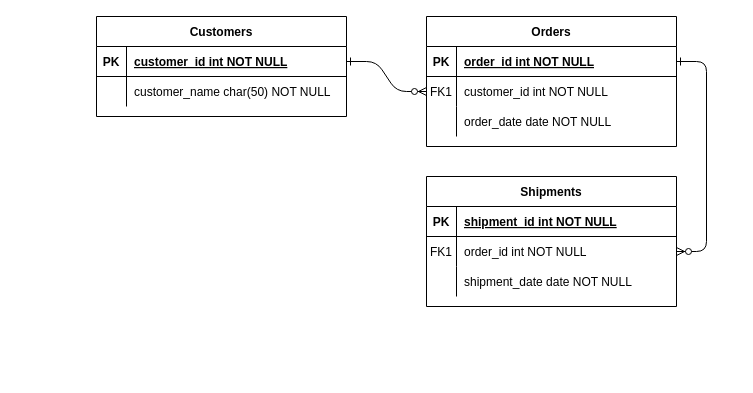
Above: Диаграмма без названия.drawio in Ajulay/diagramPD (draw.io), before the change. Source tidied: cells renumbered, new cells numbered last; positions are measured from the earlier drawing's top-left corner, leaving out a move shared by most shapes. Both pictures are drawn from the tidied source at 100%, with x=0, y=0 at pixel (96, 16).
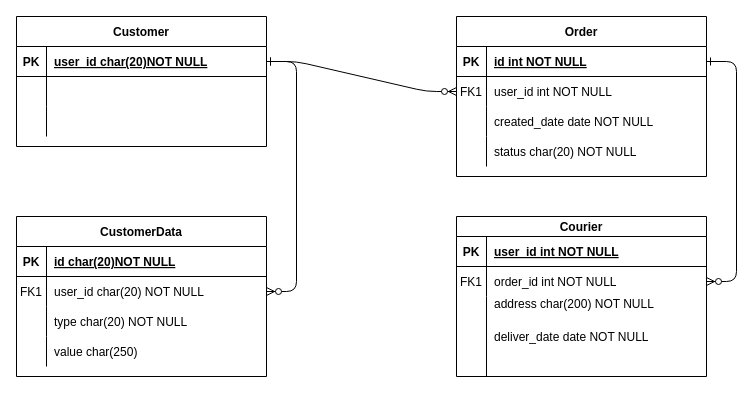
Above is the later version.

Unchanged cells that the change refers to:
```xml
<mxCell id="5" style="shape=partialRectangle;fillColor=none;points=[[0,0.5],[1,0.5]];portConstraint=eastwest;top=0;left=0;right=0;bottom=1;" parent="4" vertex="1">
  <mxGeometry y="30" width="250" height="30" as="geometry" />
</mxCell>
<mxCell id="8" style="shape=partialRectangle;fillColor=none;points=[[0,0.5],[1,0.5]];portConstraint=eastwest;top=0;left=0;right=0;bottom=0;" parent="4" vertex="1">
  <mxGeometry y="60" width="250" height="30" as="geometry" />
</mxCell>
<mxCell id="11" style="shape=partialRectangle;fillColor=none;top=0;left=0;right=0;bottom=0;" parent="4" vertex="1">
  <mxGeometry y="90" width="250" height="30" as="geometry" />
</mxCell>
```

Change to the diagram source:
```diff
@@
-    <mxCell id="4" value="Orders" style="shape=table;startSize=30;childLayout=tableLayout;rowLines=0;fontStyle=1;align=center;" parent="1" vertex="1">
-      <mxGeometry x="330" width="250" height="130" as="geometry" />
+    <mxCell id="4" value="Order" style="shape=table;startSize=30;childLayout=tableLayout;rowLines=0;fontStyle=1;align=center;" parent="1" vertex="1">
+      <mxGeometry x="360" width="250" height="160" as="geometry" />
     </mxCell>
@@
-    <mxCell id="7" value="order_id int NOT NULL " style="shape=partialRectangle;overflow=hidden;fillColor=none;top=0;left=0;bottom=0;right=0;align=left;spacingLeft=6;fontStyle=5;" parent="5" vertex="1">
+    <mxCell id="7" value="id int NOT NULL " style="shape=partialRectangle;overflow=hidden;fillColor=none;top=0;left=0;bottom=0;right=0;align=left;spacingLeft=6;fontStyle=5;" parent="5" vertex="1">
       <mxGeometry x="30" width="220" height="30" as="geometry" />
     </mxCell>
@@
-    <mxCell id="10" value="customer_id int NOT NULL" style="shape=partialRectangle;overflow=hidden;fillColor=none;top=0;left=0;bottom=0;right=0;align=left;spacingLeft=6;" parent="8" vertex="1">
+    <mxCell id="10" value="user_id int NOT NULL" style="shape=partialRectangle;overflow=hidden;fillColor=none;top=0;left=0;bottom=0;right=0;align=left;spacingLeft=6;" parent="8" vertex="1">
       <mxGeometry x="30" width="220" height="30" as="geometry" />
     </mxCell>
@@
-    <mxCell id="13" value="order_date date NOT NULL" style="shape=partialRectangle;overflow=hidden;fillColor=none;top=0;left=0;bottom=0;right=0;align=left;spacingLeft=6;" parent="11" vertex="1">
+    <mxCell id="13" value="created_date date NOT NULL" style="shape=partialRectangle;overflow=hidden;fillColor=none;top=0;left=0;bottom=0;right=0;align=left;spacingLeft=6;" parent="11" vertex="1">
       <mxGeometry x="30" width="220" height="30" as="geometry" />
     </mxCell>
+    <mxCell id="31" style="shape=partialRectangle;fillColor=none;top=0;left=0;right=0;bottom=0;" parent="4" vertex="1">
+      <mxGeometry y="120" width="250" height="30" as="geometry" />
+    </mxCell>
+    <mxCell id="32" style="shape=partialRectangle;overflow=hidden;fillColor=none;top=0;left=0;bottom=0;right=0;" parent="31" vertex="1">
+      <mxGeometry width="30" height="30" as="geometry" />
+    </mxCell>
+    <mxCell id="33" value="status char(20) NOT NULL" style="shape=partialRectangle;overflow=hidden;fillColor=none;top=0;left=0;bottom=0;right=0;align=left;spacingLeft=6;" parent="31" vertex="1">
+      <mxGeometry x="30" width="220" height="30" as="geometry" />
+    </mxCell>
+    <mxCell id="24" value="Customer" style="shape=table;startSize=30;childLayout=tableLayout;rowLines=0;fontStyle=1;align=center;" parent="1" vertex="1">
+      <mxGeometry x="-80" width="250" height="130" as="geometry" />
+    </mxCell>
+    <mxCell id="25" style="shape=partialRectangle;fillColor=none;points=[[0,0.5],[1,0.5]];portConstraint=eastwest;top=0;left=0;right=0;bottom=1;" parent="24" vertex="1">
+      <mxGeometry y="30" width="250" height="30" as="geometry" />
+    </mxCell>
+    <mxCell id="26" value="PK" style="shape=partialRectangle;overflow=hidden;fillColor=none;top=0;left=0;bottom=0;right=0;fontStyle=1;" parent="25" vertex="1">
+      <mxGeometry width="30" height="30" as="geometry" />
+    </mxCell>
+    <mxCell id="27" value="user_id char(20)NOT NULL " style="shape=partialRectangle;overflow=hidden;fillColor=none;top=0;left=0;bottom=0;right=0;align=left;spacingLeft=6;fontStyle=5;" parent="25" vertex="1">
+      <mxGeometry x="30" width="220" height="30" as="geometry" />
+    </mxCell>
+    <mxCell id="28" style="shape=partialRectangle;fillColor=none;top=0;left=0;right=0;bottom=0;" parent="24" vertex="1">
+      <mxGeometry y="60" width="250" height="30" as="geometry" />
+    </mxCell>
+    <mxCell id="29" style="shape=partialRectangle;overflow=hidden;fillColor=none;top=0;left=0;bottom=0;right=0;" parent="28" vertex="1">
+      <mxGeometry width="30" height="30" as="geometry" />
+    </mxCell>
+    <mxCell id="30" style="shape=partialRectangle;overflow=hidden;fillColor=none;top=0;left=0;bottom=0;right=0;align=left;spacingLeft=6;" parent="28" vertex="1">
+      <mxGeometry x="30" width="220" height="30" as="geometry" />
+    </mxCell>
+    <mxCell id="34" style="shape=partialRectangle;fillColor=none;top=0;left=0;right=0;bottom=0;" parent="24" vertex="1">
+      <mxGeometry y="90" width="250" height="30" as="geometry" />
+    </mxCell>
+    <mxCell id="35" style="shape=partialRectangle;overflow=hidden;fillColor=none;top=0;left=0;bottom=0;right=0;" parent="34" vertex="1">
+      <mxGeometry width="30" height="30" as="geometry" />
+    </mxCell>
+    <mxCell id="36" style="shape=partialRectangle;overflow=hidden;fillColor=none;top=0;left=0;bottom=0;right=0;align=left;spacingLeft=6;" parent="34" vertex="1">
+      <mxGeometry x="30" width="220" height="30" as="geometry" />
+    </mxCell>
+    <mxCell id="37" value="CustomerData" style="shape=table;startSize=30;childLayout=tableLayout;rowLines=0;fontStyle=1;align=center;" parent="1" vertex="1">
+      <mxGeometry x="-80" y="200" width="250" height="160" as="geometry" />
+    </mxCell>
+    <mxCell id="38" style="shape=partialRectangle;fillColor=none;top=0;left=0;right=0;bottom=1;" parent="37" vertex="1">
+      <mxGeometry y="30" width="250" height="30" as="geometry" />
+    </mxCell>
+    <mxCell id="39" value="PK" style="shape=partialRectangle;overflow=hidden;fillColor=none;top=0;left=0;bottom=0;right=0;fontStyle=1;" parent="38" vertex="1">
+      <mxGeometry width="30" height="30" as="geometry" />
+    </mxCell>
+    <mxCell id="40" value="id char(20)NOT NULL " style="shape=partialRectangle;overflow=hidden;fillColor=none;top=0;left=0;bottom=0;right=0;align=left;spacingLeft=6;fontStyle=5;" parent="38" vertex="1">
+      <mxGeometry x="30" width="220" height="30" as="geometry" />
+    </mxCell>
+    <mxCell id="41" style="shape=partialRectangle;fillColor=none;points=[[0,0.5],[1,0.5]];portConstraint=eastwest;top=0;left=0;right=0;bottom=0;" parent="37" vertex="1">
+      <mxGeometry y="60" width="250" height="30" as="geometry" />
+    </mxCell>
+    <mxCell id="42" value="FK1" style="shape=partialRectangle;overflow=hidden;fillColor=none;top=0;left=0;bottom=0;right=0;" parent="41" vertex="1">
+      <mxGeometry width="30" height="30" as="geometry" />
+    </mxCell>
+    <mxCell id="43" value="user_id char(20) NOT NULL" style="shape=partialRectangle;overflow=hidden;fillColor=none;top=0;left=0;bottom=0;right=0;align=left;spacingLeft=6;" parent="41" vertex="1">
+      <mxGeometry x="30" width="220" height="30" as="geometry" />
+    </mxCell>
+    <mxCell id="44" style="shape=partialRectangle;fillColor=none;top=0;left=0;right=0;bottom=0;" parent="37" vertex="1">
+      <mxGeometry y="90" width="250" height="30" as="geometry" />
+    </mxCell>
+    <mxCell id="45" style="shape=partialRectangle;overflow=hidden;fillColor=none;top=0;left=0;bottom=0;right=0;" parent="44" vertex="1">
+      <mxGeometry width="30" height="30" as="geometry" />
+    </mxCell>
+    <mxCell id="46" value="type char(20) NOT NULL" style="shape=partialRectangle;overflow=hidden;fillColor=none;top=0;left=0;bottom=0;right=0;align=left;spacingLeft=6;" parent="44" vertex="1">
+      <mxGeometry x="30" width="220" height="30" as="geometry" />
+    </mxCell>
+    <mxCell id="47" style="shape=partialRectangle;fillColor=none;top=0;left=0;right=0;bottom=0;" parent="37" vertex="1">
+      <mxGeometry y="120" width="250" height="30" as="geometry" />
+    </mxCell>
+    <mxCell id="48" style="shape=partialRectangle;overflow=hidden;fillColor=none;top=0;left=0;bottom=0;right=0;" parent="47" vertex="1">
+      <mxGeometry width="30" height="30" as="geometry" />
+    </mxCell>
+    <mxCell id="49" value="value char(250)" style="shape=partialRectangle;overflow=hidden;fillColor=none;top=0;left=0;bottom=0;right=0;align=left;spacingLeft=6;" parent="47" vertex="1">
+      <mxGeometry x="30" width="220" height="30" as="geometry" />
+    </mxCell>
+    <mxCell id="50" style="group;" parent="1" vertex="1">
+      <mxGeometry x="360" y="200" width="250" height="160" as="geometry" />
+    </mxCell>
-    <mxCell id="14" value="Shipments" style="shape=table;startSize=30;childLayout=tableLayout;rowLines=0;fontStyle=1;align=center;" parent="1" vertex="1">
-      <mxGeometry x="330" y="160" width="250" height="130" as="geometry" />
+    <mxCell id="14" value="Courier" style="shape=table;startSize=20;childLayout=tableLayout;rowLines=0;fontStyle=1;align=center;" parent="50" vertex="1">
+      <mxGeometry width="250" height="160" as="geometry" />
     </mxCell>
     <mxCell id="15" style="shape=partialRectangle;fillColor=none;top=0;left=0;right=0;bottom=1;" parent="14" vertex="1">
-      <mxGeometry y="30" width="250" height="30" as="geometry" />
+      <mxGeometry y="20" width="250" height="30" as="geometry" />
     </mxCell>
@@
-    <mxCell id="17" value="shipment_id int NOT NULL " style="shape=partialRectangle;overflow=hidden;fillColor=none;top=0;left=0;bottom=0;right=0;align=left;spacingLeft=6;fontStyle=5;" parent="15" vertex="1">
+    <mxCell id="17" value="user_id int NOT NULL " style="shape=partialRectangle;overflow=hidden;fillColor=none;top=0;left=0;bottom=0;right=0;align=left;spacingLeft=6;fontStyle=5;" parent="15" vertex="1">
       <mxGeometry x="30" width="220" height="30" as="geometry" />
     </mxCell>
     <mxCell id="18" style="shape=partialRectangle;fillColor=none;points=[[0,0.5],[1,0.5]];portConstraint=eastwest;top=0;left=0;right=0;bottom=0;" parent="14" vertex="1">
-      <mxGeometry y="60" width="250" height="30" as="geometry" />
+      <mxGeometry y="50" width="250" height="30" as="geometry" />
     </mxCell>
@@
     <mxCell id="21" style="shape=partialRectangle;fillColor=none;top=0;left=0;right=0;bottom=0;" parent="14" vertex="1">
-      <mxGeometry y="90" width="250" height="30" as="geometry" />
+      <mxGeometry y="80" width="250" height="80" as="geometry" />
     </mxCell>
     <mxCell id="22" style="shape=partialRectangle;overflow=hidden;fillColor=none;top=0;left=0;bottom=0;right=0;" parent="21" vertex="1">
-      <mxGeometry width="30" height="30" as="geometry" />
+      <mxGeometry width="30" height="80" as="geometry" />
     </mxCell>
-    <mxCell id="23" value="shipment_date date NOT NULL" style="shape=partialRectangle;overflow=hidden;fillColor=none;top=0;left=0;bottom=0;right=0;align=left;spacingLeft=6;" parent="21" vertex="1">
-      <mxGeometry x="30" width="220" height="30" as="geometry" />
+    <mxCell id="23" value="deliver_date date NOT NULL" style="shape=partialRectangle;overflow=hidden;fillColor=none;top=0;left=0;bottom=0;right=0;align=left;spacingLeft=6;" parent="21" vertex="1">
+      <mxGeometry x="30" width="220" height="80" as="geometry" />
     </mxCell>
-    <mxCell id="24" value="Customers" style="shape=table;startSize=30;childLayout=tableLayout;rowLines=0;fontStyle=1;align=center;" parent="1" vertex="1">
-      <mxGeometry width="250" height="100" as="geometry" />
-    </mxCell>
-    <mxCell id="25" style="shape=partialRectangle;fillColor=none;points=[[0,0.5],[1,0.5]];portConstraint=eastwest;top=0;left=0;right=0;bottom=1;" parent="24" vertex="1">
-      <mxGeometry y="30" width="250" height="30" as="geometry" />
-    </mxCell>
-    <mxCell id="26" value="PK" style="shape=partialRectangle;overflow=hidden;fillColor=none;top=0;left=0;bottom=0;right=0;fontStyle=1;" parent="25" vertex="1">
-      <mxGeometry width="30" height="30" as="geometry" />
-    </mxCell>
-    <mxCell id="27" value="customer_id int NOT NULL " style="shape=partialRectangle;overflow=hidden;fillColor=none;top=0;left=0;bottom=0;right=0;align=left;spacingLeft=6;fontStyle=5;" parent="25" vertex="1">
-      <mxGeometry x="30" width="220" height="30" as="geometry" />
-    </mxCell>
-    <mxCell id="28" style="shape=partialRectangle;fillColor=none;top=0;left=0;right=0;bottom=0;" parent="24" vertex="1">
-      <mxGeometry y="60" width="250" height="30" as="geometry" />
-    </mxCell>
-    <mxCell id="29" style="shape=partialRectangle;overflow=hidden;fillColor=none;top=0;left=0;bottom=0;right=0;" parent="28" vertex="1">
-      <mxGeometry width="30" height="30" as="geometry" />
-    </mxCell>
-    <mxCell id="30" value="customer_name char(50) NOT NULL" style="shape=partialRectangle;overflow=hidden;fillColor=none;top=0;left=0;bottom=0;right=0;align=left;spacingLeft=6;" parent="28" vertex="1">
-      <mxGeometry x="30" width="220" height="30" as="geometry" />
-    </mxCell>
+    <mxCell id="51" value="address char(200) NOT NULL" style="shape=partialRectangle;overflow=hidden;fillColor=none;top=0;left=0;bottom=0;right=0;align=left;spacingLeft=6;" parent="50" vertex="1">
+      <mxGeometry x="30" y="76.4" width="220" height="21.8" as="geometry" />
+    </mxCell>
+    <mxCell id="52" style="edgeStyle=entityRelationEdgeStyle;endArrow=ERzeroToMany;startArrow=ERone;endFill=1;startFill=0;exitX=1;exitY=0.5;exitDx=0;exitDy=0;" parent="1" edge="1" source="25" target="41">
+      <mxGeometry relative="1" as="geometry" />
+    </mxCell>
```
